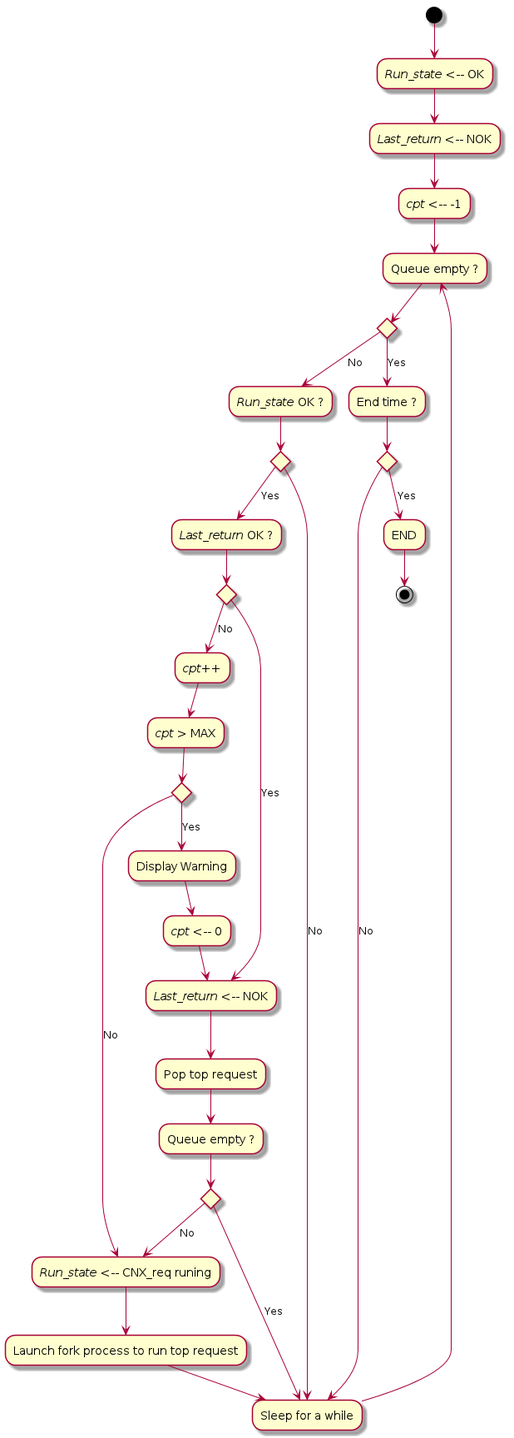
The PlantUML diagram doc/UML/Algo_exec_CNX.png in tof25/DST, before a commit.
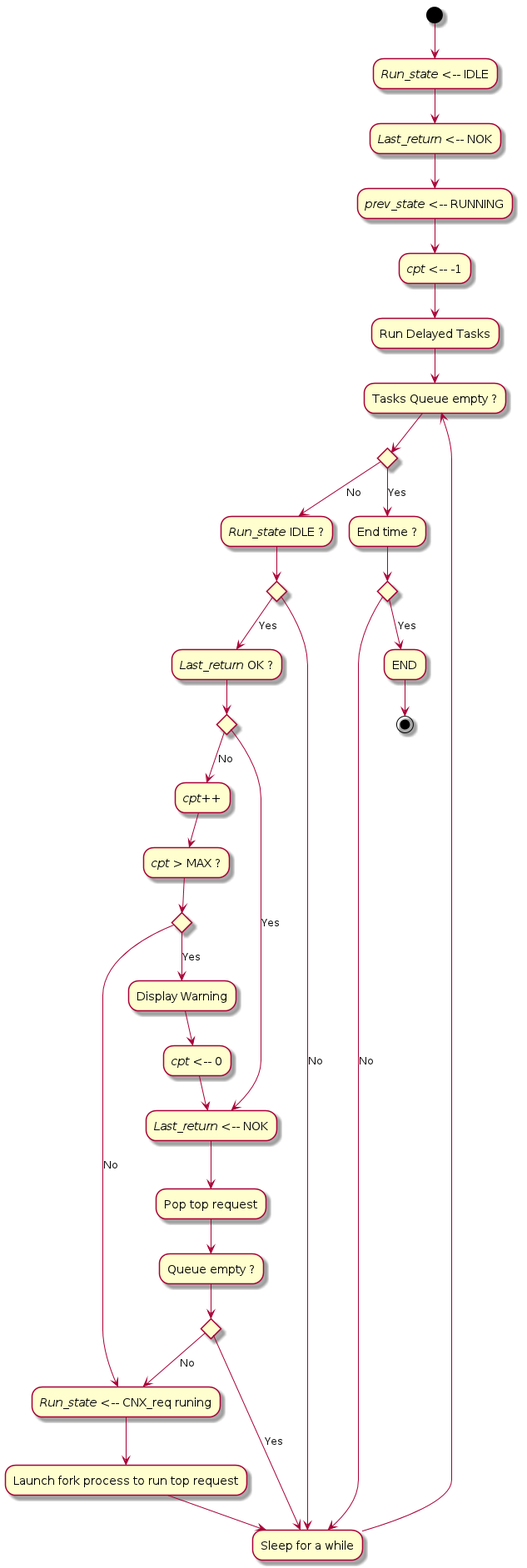
The same file after the commit.

What changed in the source:
```diff
@@ -1,10 +1,13 @@
 @startuml
 
-(*top) --> "<i>Run_state</i> <-- OK" as init1
+(*top) --> "<i>Run_state</i> <-- IDLE" as init1
 --> "<i>Last_return</i> <-- NOK" as init2
+--> "<i>prev_state</i> <-- RUNNING" as init4
 --> "<i>cpt</i> <-- -1" as init3
 
---> "Queue empty ?" as q1
+--> "Run Delayed Tasks"
+--> "Tasks Queue empty ?" as q1
+
 if "" then
     -->[Yes] "End time ?"
     if "" then
@@ -15,7 +18,7 @@
         --> q1
     endif
 else
-    -->[No] "<i>Run_state</i> OK ?"
+    -->[No] "<i>Run_state</i> IDLE ?"
     if "" then
         -->[Yes] "<i>Last_return</i> OK ?"
         if "" then
@@ -31,7 +34,7 @@
             endif
         else
             -->[No] "<i>cpt</i>++"
-            --> "<i>cpt</i> > MAX"
+            --> "<i>cpt</i> > MAX ?"
             if "" then
                 -->[Yes] "Display Warning"
                 --> "<i>cpt</i> <-- 0"
```
